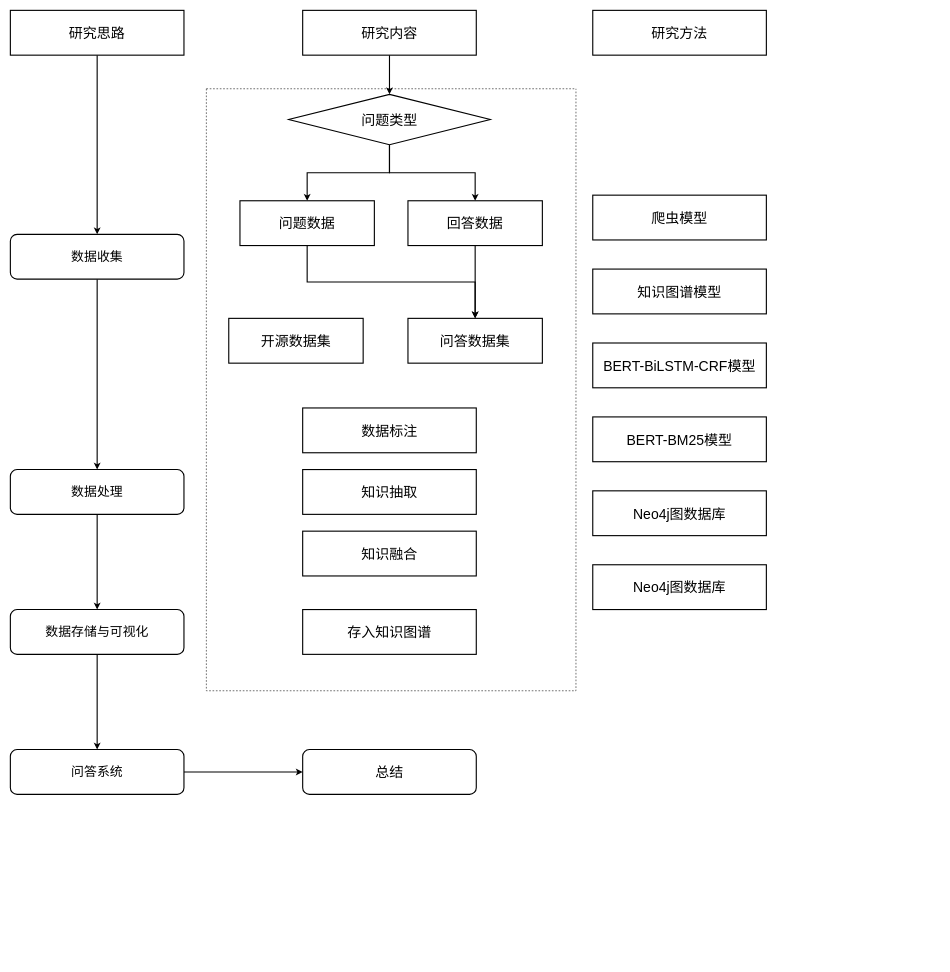
Above: 技术路线图.drawio in zyaaagit/s-case (draw.io), before the change. Source tidied: cells renumbered, new cells numbered last; positions are measured from the earlier drawing's top-left corner, leaving out a move shared by most shapes. Both pictures are drawn from the tidied source at 56%, with x=0, y=0 at pixel (10, 10).
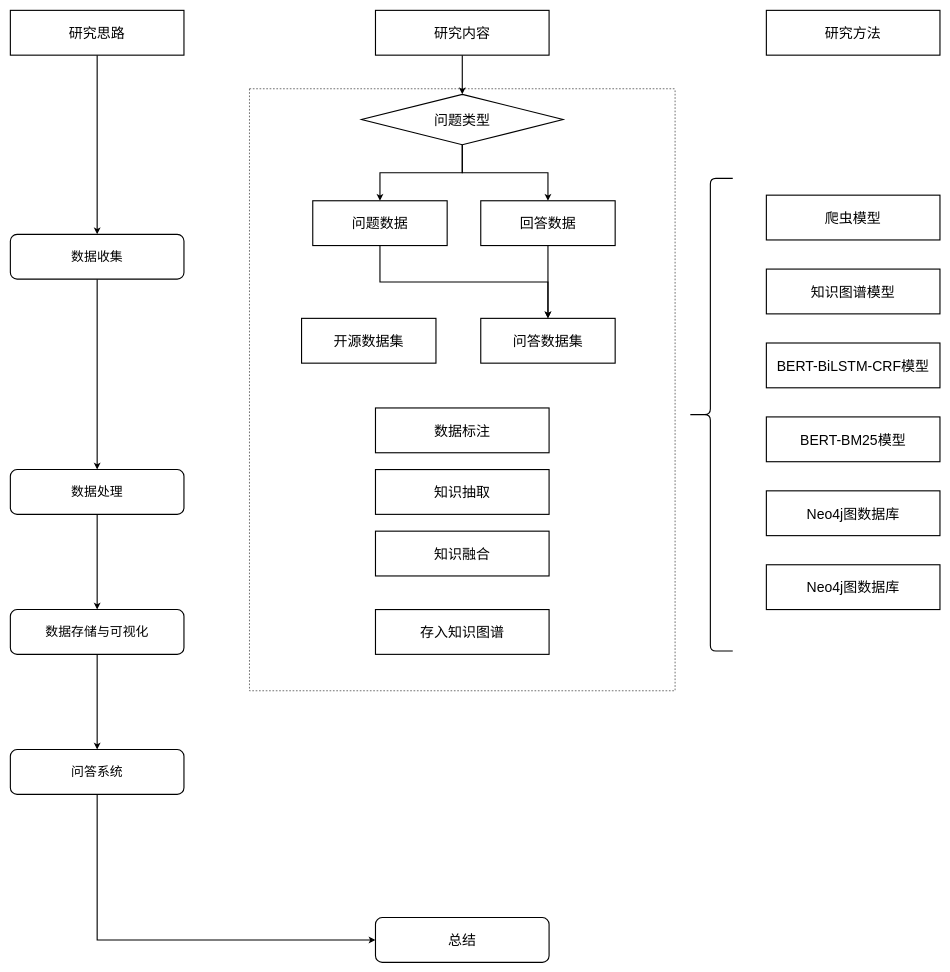
The same diagram, later.

Commit message (it also covers changes not shown here):
更新技术路线图.drawio

Unchanged cells that the change refers to:
```xml
<mxCell id="21" value="&lt;font style=&quot;font-size: 23px;&quot;&gt;问答系统&lt;/font&gt;" style="rounded=1;whiteSpace=wrap;html=1;strokeWidth=2;" parent="1" vertex="1">
  <mxGeometry y="1320" width="310" height="80" as="geometry" />
</mxCell>
```

Diff of the diagram source:
```diff
@@
     <mxCell id="6" value="&lt;font style=&quot;font-size: 25px;&quot;&gt;问题类型&lt;/font&gt;" style="rhombus;whiteSpace=wrap;html=1;strokeWidth=2;" parent="1" vertex="1">
-      <mxGeometry x="497" y="150" width="360" height="90" as="geometry" />
+      <mxGeometry x="627" y="150" width="360" height="90" as="geometry" />
     </mxCell>
     <mxCell id="7" value="&lt;font style=&quot;font-size: 25px;&quot;&gt;BERT-BiLSTM-CRF模型&lt;/font&gt;" style="rounded=0;whiteSpace=wrap;html=1;strokeWidth=2;" parent="1" vertex="1">
-      <mxGeometry x="1040" y="594" width="310" height="80" as="geometry" />
+      <mxGeometry x="1350" y="594" width="310" height="80" as="geometry" />
     </mxCell>
     <mxCell id="8" value="&lt;font style=&quot;font-size: 25px;&quot;&gt;知识图谱模型&lt;/font&gt;" style="rounded=0;whiteSpace=wrap;html=1;strokeWidth=2;" parent="1" vertex="1">
-      <mxGeometry x="1040" y="462" width="310" height="80" as="geometry" />
+      <mxGeometry x="1350" y="462" width="310" height="80" as="geometry" />
     </mxCell>
     <mxCell id="9" value="&lt;font style=&quot;font-size: 25px;&quot;&gt;BERT-BM25模型&lt;/font&gt;" style="rounded=0;whiteSpace=wrap;html=1;strokeWidth=2;" parent="1" vertex="1">
-      <mxGeometry x="1040" y="726" width="310" height="80" as="geometry" />
+      <mxGeometry x="1350" y="726" width="310" height="80" as="geometry" />
     </mxCell>
     <mxCell id="10" value="&lt;font style=&quot;font-size: 25px;&quot;&gt;爬虫模型&lt;/font&gt;" style="rounded=0;whiteSpace=wrap;html=1;strokeWidth=2;" parent="1" vertex="1">
-      <mxGeometry x="1040" y="330" width="310" height="80" as="geometry" />
+      <mxGeometry x="1350" y="330" width="310" height="80" as="geometry" />
     </mxCell>
     <mxCell id="11" value="&lt;font style=&quot;font-size: 25px;&quot;&gt;研究方法&lt;/font&gt;" style="rounded=0;whiteSpace=wrap;html=1;strokeWidth=2;" parent="1" vertex="1">
-      <mxGeometry x="1040" width="310" height="80" as="geometry" />
+      <mxGeometry x="1350" width="310" height="80" as="geometry" />
     </mxCell>
@@
     <mxCell id="13" value="&lt;font style=&quot;font-size: 25px;&quot;&gt;研究内容&lt;/font&gt;" style="rounded=0;whiteSpace=wrap;html=1;strokeWidth=2;" parent="1" vertex="1">
-      <mxGeometry x="522" width="310" height="80" as="geometry" />
+      <mxGeometry x="652" width="310" height="80" as="geometry" />
     </mxCell>
@@
-    <mxCell id="20" style="edgeStyle=orthogonalEdgeStyle;rounded=0;jettySize=auto;html=1;exitX=1;exitY=0.5;exitDx=0;exitDy=0;entryX=0;entryY=0.5;entryDx=0;entryDy=0;strokeWidth=2;" parent="1" edge="1" source="21" target="32">
+    <mxCell id="20" style="edgeStyle=orthogonalEdgeStyle;rounded=0;jettySize=auto;html=1;exitX=0.5;exitY=1;exitDx=0;exitDy=0;entryX=0;entryY=0.5;entryDx=0;entryDy=0;strokeWidth=2;" parent="1" edge="1" source="21" target="32">
       <mxGeometry relative="1" as="geometry" />
     </mxCell>
@@
     <mxCell id="23" value="&lt;font style=&quot;font-size: 25px;&quot;&gt;问题数据&lt;/font&gt;" style="rounded=0;whiteSpace=wrap;html=1;strokeWidth=2;" parent="1" vertex="1">
-      <mxGeometry x="410" y="340" width="240" height="80" as="geometry" />
+      <mxGeometry x="540" y="340" width="240" height="80" as="geometry" />
     </mxCell>
@@
     <mxCell id="25" value="&lt;span style=&quot;font-size: 25px;&quot;&gt;回答数据&lt;/span&gt;" style="rounded=0;whiteSpace=wrap;html=1;strokeWidth=2;" parent="1" vertex="1">
-      <mxGeometry x="710" y="340" width="240" height="80" as="geometry" />
+      <mxGeometry x="840" y="340" width="240" height="80" as="geometry" />
     </mxCell>
     <mxCell id="26" value="&lt;font style=&quot;font-size: 25px;&quot;&gt;问答数据集&lt;/font&gt;" style="rounded=0;whiteSpace=wrap;html=1;strokeWidth=2;" parent="1" vertex="1">
-      <mxGeometry x="710" y="550" width="240" height="80" as="geometry" />
+      <mxGeometry x="840" y="550" width="240" height="80" as="geometry" />
     </mxCell>
     <mxCell id="27" value="&lt;font style=&quot;font-size: 25px;&quot;&gt;开源数据集&lt;/font&gt;" style="rounded=0;whiteSpace=wrap;html=1;strokeWidth=2;" parent="1" vertex="1">
-      <mxGeometry x="390" y="550" width="240" height="80" as="geometry" />
+      <mxGeometry x="520" y="550" width="240" height="80" as="geometry" />
     </mxCell>
     <mxCell id="28" value="&lt;font style=&quot;font-size: 25px;&quot;&gt;数据标注&lt;/font&gt;" style="rounded=0;whiteSpace=wrap;html=1;strokeWidth=2;" parent="1" vertex="1">
-      <mxGeometry x="522" y="710" width="310" height="80" as="geometry" />
+      <mxGeometry x="652" y="710" width="310" height="80" as="geometry" />
     </mxCell>
     <mxCell id="29" value="&lt;span style=&quot;font-size: 25px;&quot;&gt;知识抽取&lt;/span&gt;" style="rounded=0;whiteSpace=wrap;html=1;strokeWidth=2;" parent="1" vertex="1">
-      <mxGeometry x="522" y="820" width="310" height="80" as="geometry" />
+      <mxGeometry x="652" y="820" width="310" height="80" as="geometry" />
     </mxCell>
     <mxCell id="30" value="&lt;span style=&quot;font-size: 25px;&quot;&gt;知识融合&lt;/span&gt;" style="rounded=0;whiteSpace=wrap;html=1;strokeWidth=2;" parent="1" vertex="1">
-      <mxGeometry x="522" y="930" width="310" height="80" as="geometry" />
+      <mxGeometry x="652" y="930" width="310" height="80" as="geometry" />
     </mxCell>
     <mxCell id="31" value="&lt;span style=&quot;font-size: 25px;&quot;&gt;存入知识图谱&lt;/span&gt;" style="rounded=0;whiteSpace=wrap;html=1;strokeWidth=2;" parent="1" vertex="1">
-      <mxGeometry x="522" y="1070" width="310" height="80" as="geometry" />
+      <mxGeometry x="652" y="1070" width="310" height="80" as="geometry" />
     </mxCell>
     <mxCell id="32" value="&lt;span style=&quot;font-size: 25px;&quot;&gt;总结&lt;/span&gt;" style="rounded=1;whiteSpace=wrap;html=1;strokeWidth=2;" parent="1" vertex="1">
-      <mxGeometry x="522" y="1320" width="310" height="80" as="geometry" />
+      <mxGeometry x="652" y="1620" width="310" height="80" as="geometry" />
     </mxCell>
     <mxCell id="33" value="&lt;font style=&quot;font-size: 25px;&quot;&gt;Neo4j图数据库&lt;/font&gt;" style="rounded=0;whiteSpace=wrap;html=1;strokeWidth=2;" parent="1" vertex="1">
-      <mxGeometry x="1040" y="858" width="310" height="80" as="geometry" />
+      <mxGeometry x="1350" y="858" width="310" height="80" as="geometry" />
     </mxCell>
     <mxCell id="34" value="&lt;font style=&quot;font-size: 25px;&quot;&gt;Neo4j图数据库&lt;/font&gt;" style="rounded=0;whiteSpace=wrap;html=1;strokeWidth=2;" parent="1" vertex="1">
-      <mxGeometry x="1040" y="990" width="310" height="80" as="geometry" />
+      <mxGeometry x="1350" y="990" width="310" height="80" as="geometry" />
     </mxCell>
     <mxCell id="35" style="swimlane;startSize=0;dashed=1;" parent="1" vertex="1">
-      <mxGeometry x="350" y="140" width="660" height="1075" as="geometry" />
+      <mxGeometry x="427" y="140" width="760" height="1075" as="geometry" />
     </mxCell>
+    <mxCell id="36" style="shape=curlyBracket;whiteSpace=wrap;html=1;rounded=1;labelPosition=left;verticalLabelPosition=middle;align=right;verticalAlign=middle;strokeWidth=2;" parent="1" vertex="1">
+      <mxGeometry x="1210" y="300" width="80" height="844" as="geometry" />
+    </mxCell>
```
